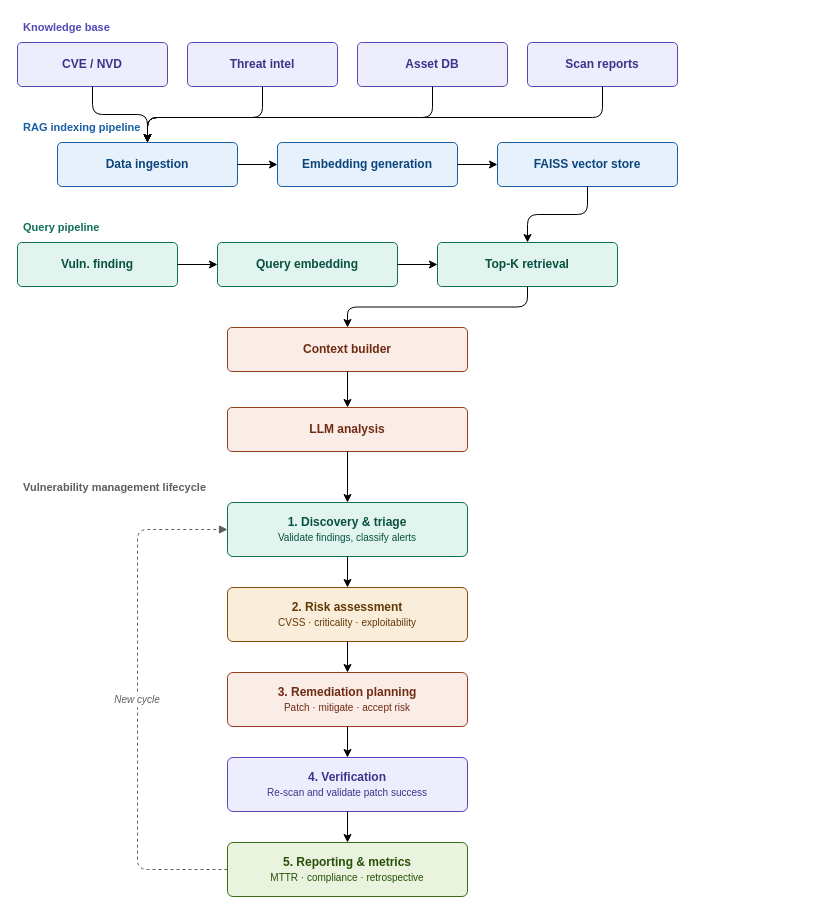
Above: page "Copy of Vulnerability RAG Pipeline" (2 of 2) of Flowcharts/vulnerability_rag_pipeline _edit.drawio in arun108neel/Project1 (draw.io), before the change. Source tidied: cells renumbered, new cells numbered last; positions are measured from the earlier drawing's top-left corner, leaving out a move shared by most shapes. Both pictures are drawn from the tidied source at 100%, with x=0, y=0 at pixel (17, 17).
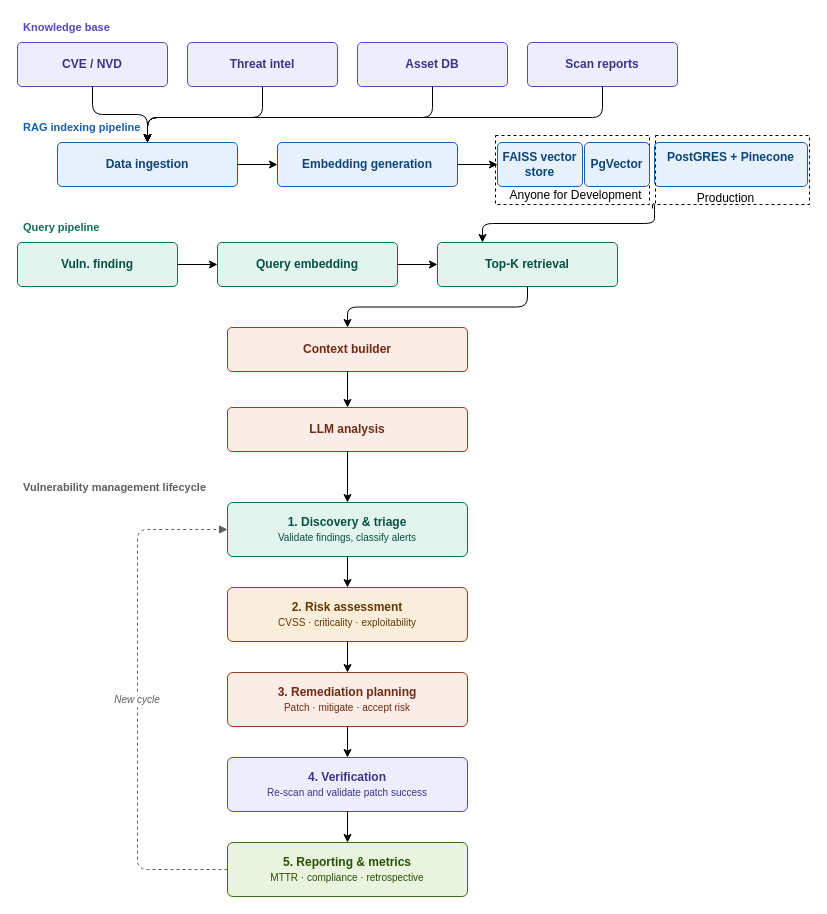
The same page after the edit.

Commit message:
flowchart update2.0 & Vulnerability whatsapp img

The change refers to these unchanged cells:
```xml
<mxCell id="20" value="Top-K retrieval" style="rounded=1;whiteSpace=wrap;html=1;fillColor=#E1F5EE;strokeColor=#0F6E56;fontColor=#085041;fontStyle=1;fontSize=12;arcSize=10;" parent="1" vertex="1">
  <mxGeometry x="420" y="225" width="180" height="44" as="geometry" />
</mxCell>
```

Diff of the diagram source:
```diff
@@
+    <mxCell id="40" style="rounded=0;whiteSpace=wrap;html=1;dashed=1;fillColor=#FFFFFF00;" parent="1" vertex="1">
+      <mxGeometry x="478" y="118" width="154" height="69" as="geometry" />
+    </mxCell>
@@
     <mxCell id="14" value="FAISS vector store" style="rounded=1;whiteSpace=wrap;html=1;fillColor=#E6F1FB;strokeColor=#185FA5;fontColor=#0C447C;fontStyle=1;fontSize=12;arcSize=10;" parent="1" vertex="1">
-      <mxGeometry x="480" y="125" width="180" height="44" as="geometry" />
+      <mxGeometry x="480" y="125" width="85" height="44" as="geometry" />
     </mxCell>
@@
-    <mxCell id="23" style="edgeStyle=orthogonalEdgeStyle;" parent="1" edge="1" source="14" target="20">
-      <mxGeometry relative="1" as="geometry" />
+    <mxCell id="23" style="edgeStyle=orthogonalEdgeStyle;entryX=0.25;entryY=0;entryDx=0;entryDy=0;" parent="1" edge="1" target="20">
+      <mxGeometry relative="1" as="geometry">
+        <mxPoint x="635" y="191" as="sourcePoint" />
+        <Array as="points">
+          <mxPoint x="637" y="186" />
+          <mxPoint x="637" y="206" />
+          <mxPoint x="465" y="206" />
+        </Array>
+      </mxGeometry>
     </mxCell>
@@
+    <mxCell id="41" value="PgVector" style="rounded=1;whiteSpace=wrap;html=1;fillColor=#E6F1FB;strokeColor=#185FA5;fontColor=#0C447C;fontStyle=1;fontSize=12;arcSize=10;" parent="1" vertex="1">
+      <mxGeometry x="567" y="125" width="65" height="44" as="geometry" />
+    </mxCell>
+    <mxCell id="42" value="PostGRES + Pinecone&lt;div&gt;&lt;br/&gt;&lt;/div&gt;" style="rounded=1;whiteSpace=wrap;html=1;fillColor=#E6F1FB;strokeColor=#185FA5;fontColor=#0C447C;fontStyle=1;fontSize=12;arcSize=10;" parent="1" vertex="1">
+      <mxGeometry x="637" y="125" width="153" height="44" as="geometry" />
+    </mxCell>
+    <mxCell id="43" value="Anyone for Development" style="text;html=1;whiteSpace=wrap;strokeColor=none;fillColor=none;align=center;verticalAlign=middle;rounded=0;" parent="1" vertex="1">
+      <mxGeometry x="486" y="170" width="145" height="16" as="geometry" />
+    </mxCell>
+    <mxCell id="44" value="Production" style="text;html=1;whiteSpace=wrap;strokeColor=none;fillColor=none;align=center;verticalAlign=middle;rounded=0;" parent="1" vertex="1">
+      <mxGeometry x="648" y="173" width="121" height="16" as="geometry" />
+    </mxCell>
+    <mxCell id="45" style="rounded=0;whiteSpace=wrap;html=1;dashed=1;fillColor=#FFFFFF00;" parent="1" vertex="1">
+      <mxGeometry x="638" y="118" width="154" height="69" as="geometry" />
+    </mxCell>
```
